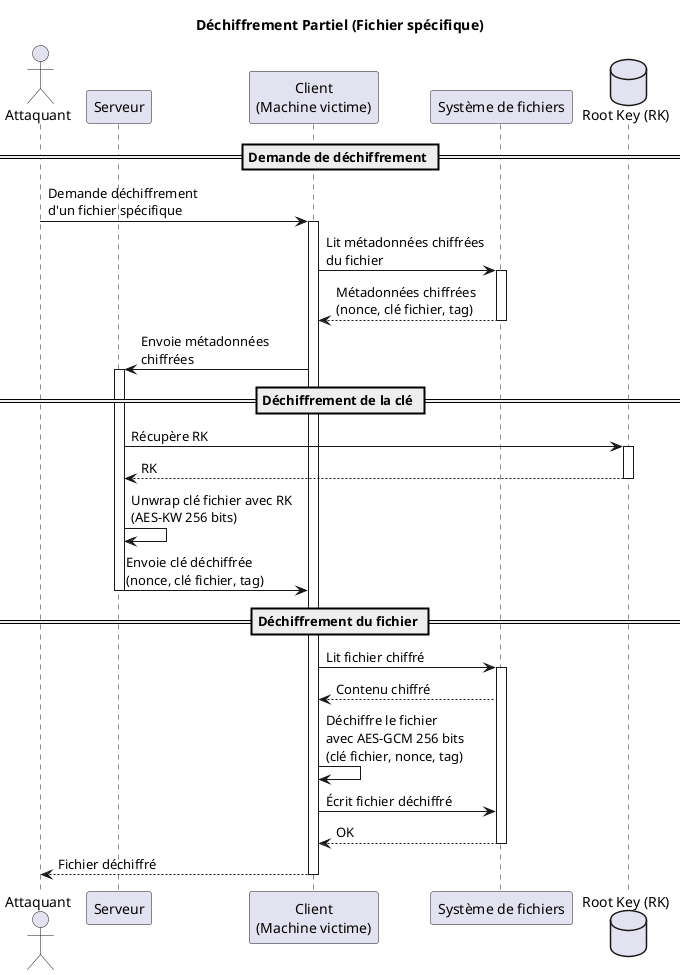
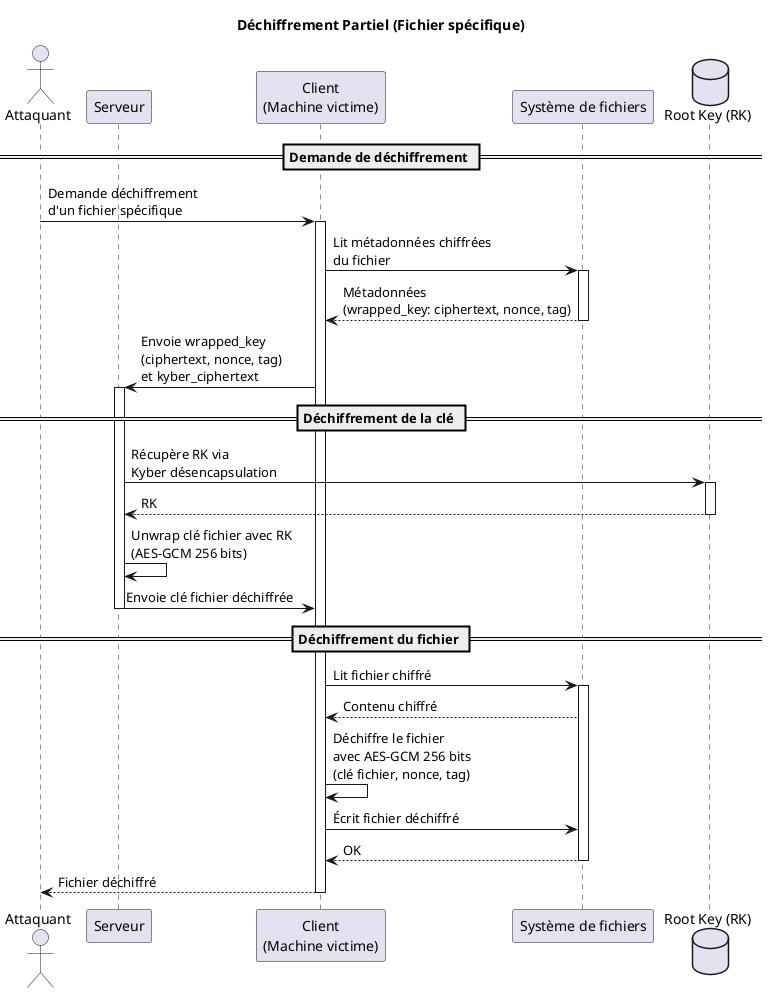
@startuml Ransomware Architecture - Déchiffrement Partiel

title Déchiffrement Partiel (Fichier spécifique)

actor Attaquant as attacker
participant "Serveur" as server
participant "Client\n(Machine victime)" as client
participant "Système de fichiers" as fs
database "Root Key (RK)" as rk

== Demande de déchiffrement ==
attacker -> client: Demande déchiffrement\nd'un fichier spécifique
activate client

client -> fs: Lit métadonnées chiffrées\ndu fichier
activate fs
- fs --> client: Métadonnées chiffrées\n(nonce, clé fichier, tag)
+ fs --> client: Métadonnées\n(wrapped_key: ciphertext, nonce, tag)
deactivate fs

- client -> server: Envoie métadonnées\nchiffrées
+ client -> server: Envoie wrapped_key\n(ciphertext, nonce, tag)\net kyber_ciphertext
activate server

== Déchiffrement de la clé ==
- server -> rk: Récupère RK
+ server -> rk: Récupère RK via\nKyber désencapsulation
activate rk
rk --> server: RK
deactivate rk

- server -> server: Unwrap clé fichier avec RK\n(AES-KW 256 bits)
+ server -> server: Unwrap clé fichier avec RK\n(AES-GCM 256 bits)

- server -> client: Envoie clé déchiffrée\n(nonce, clé fichier, tag)
+ server -> client: Envoie clé fichier déchiffrée
deactivate server

== Déchiffrement du fichier ==
client -> fs: Lit fichier chiffré
activate fs
fs --> client: Contenu chiffré

client -> client: Déchiffre le fichier\navec AES-GCM 256 bits\n(clé fichier, nonce, tag)

client -> fs: Écrit fichier déchiffré
fs --> client: OK
deactivate fs

client --> attacker: Fichier déchiffré
deactivate client

@enduml
